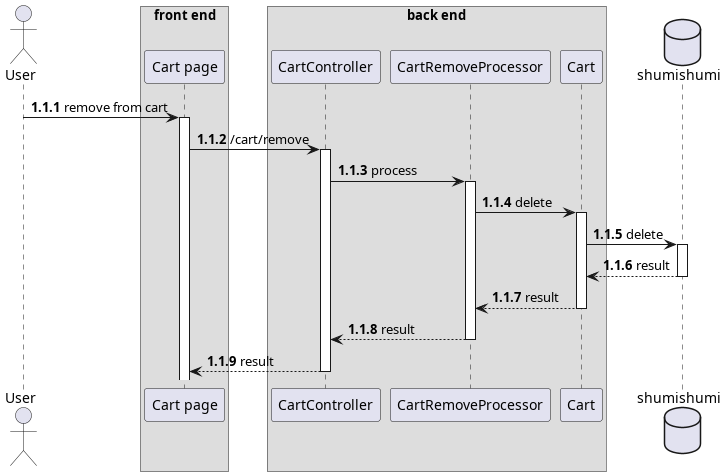
This is thesis/latex/diagram/sequence diagram/13. cart/remove from cart/remove from cart.png from aldihsuhandi/skripsi-2023, a PlantUML export, as it was before one commit. Its diagram source:
```plantuml
@startuml template
autonumber 1.1.1

actor User as u

box "front end"
participant "Cart page" as cart
end box

box "back end"
participant "CartController" as cc

participant "CartRemoveProcessor" as removeproc

participant "Cart" as wm
end box

database shumishumi as db

u -> cart++ : remove from cart
cart -> cc++ : /cart/remove
cc -> removeproc++ : process

removeproc -> wm++ : delete
wm -> db++ : delete
return result
return result
return result
return result

@enduml
```
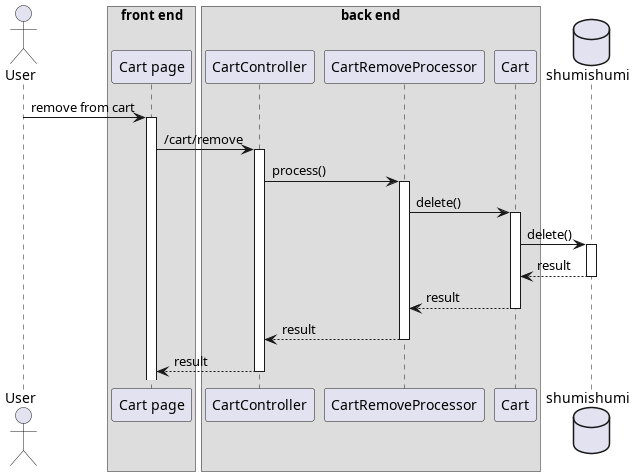
The same diagram one commit later.

What changed in the source:
```diff
@@ -1,5 +1,4 @@
 @startuml template
-autonumber 1.1.1
 
 actor User as u
 
@@ -19,10 +18,10 @@
 
 u -> cart++ : remove from cart
 cart -> cc++ : /cart/remove
-cc -> removeproc++ : process
+cc -> removeproc++ : process()
 
-removeproc -> wm++ : delete
-wm -> db++ : delete
+removeproc -> wm++ : delete()
+wm -> db++ : delete()
 return result
 return result
 return result
```
